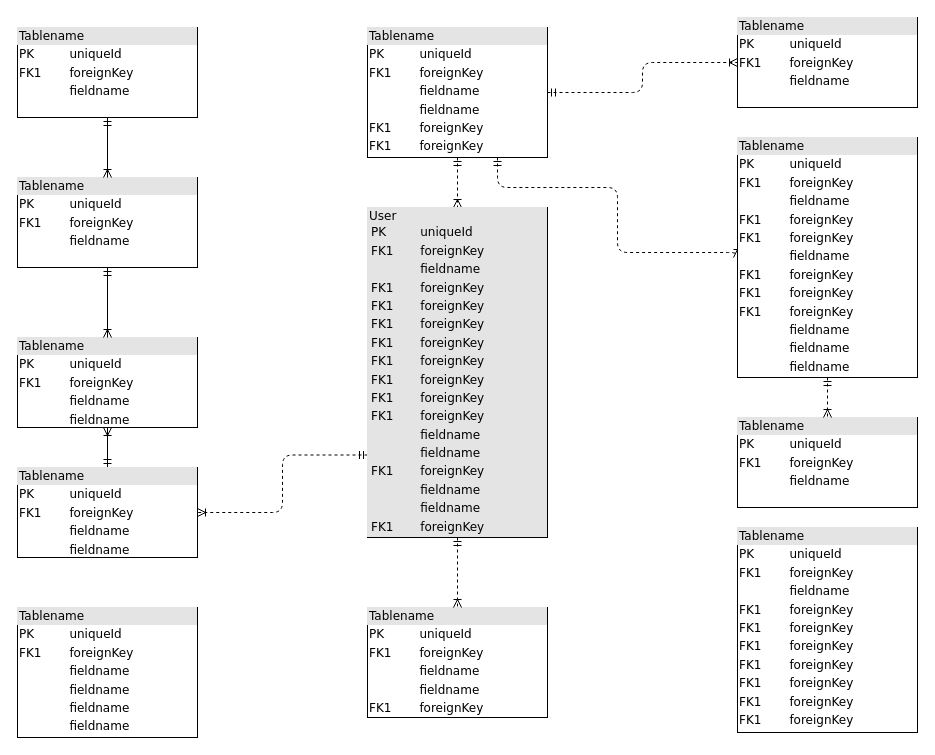
Before: FYP2025Kevin.drawio in CaoimhinHawk1/Kevin-Hough-FYP-Project-2025, a draw.io diagram. Source tidied: cells renumbered, new cells numbered last; positions are measured from the earlier drawing's top-left corner, leaving out a move shared by most shapes. Both pictures are drawn from the tidied source at 100%, with x=0, y=0 at pixel (17, 17).
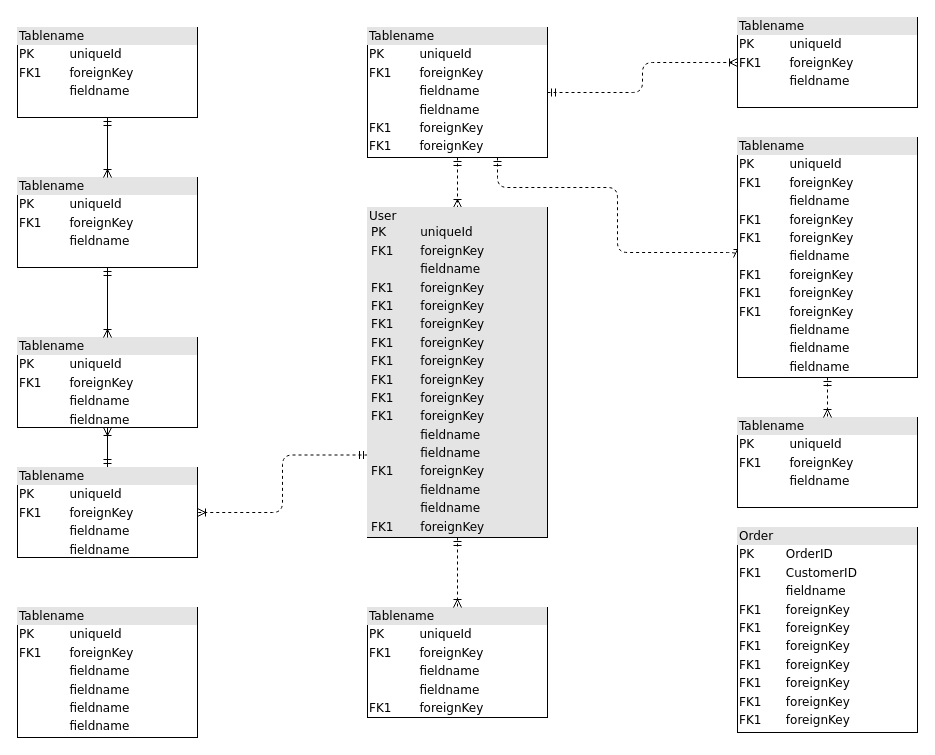
Above is the later version.

Change to the diagram source:
```diff
@@
-    <mxCell id="13" value="&lt;div style=&quot;box-sizing: border-box ; width: 100% ; background: #e4e4e4 ; padding: 2px&quot;&gt;Tablename&lt;/div&gt;&lt;table style=&quot;width: 100% ; font-size: 1em&quot; cellpadding=&quot;2&quot; cellspacing=&quot;0&quot;&gt;&lt;tbody&gt;&lt;tr&gt;&lt;td&gt;PK&lt;/td&gt;&lt;td&gt;uniqueId&lt;/td&gt;&lt;/tr&gt;&lt;tr&gt;&lt;td&gt;FK1&lt;/td&gt;&lt;td&gt;foreignKey&lt;/td&gt;&lt;/tr&gt;&lt;tr&gt;&lt;td&gt;&lt;/td&gt;&lt;td&gt;fieldname&lt;/td&gt;&lt;/tr&gt;&lt;tr&gt;&lt;td&gt;FK1&lt;br&gt;&lt;/td&gt;&lt;td&gt;foreignKey&lt;br&gt;&lt;/td&gt;&lt;/tr&gt;&lt;tr&gt;&lt;td&gt;FK1&lt;br&gt;&lt;/td&gt;&lt;td&gt;foreignKey&lt;br&gt;&lt;/td&gt;&lt;/tr&gt;&lt;tr&gt;&lt;td&gt;FK1&lt;br&gt;&lt;/td&gt;&lt;td&gt;foreignKey&lt;br&gt;&lt;/td&gt;&lt;/tr&gt;&lt;tr&gt;&lt;td&gt;FK1&lt;br&gt;&lt;/td&gt;&lt;td&gt;foreignKey&lt;br&gt;&lt;/td&gt;&lt;/tr&gt;&lt;tr&gt;&lt;td&gt;FK1&lt;br&gt;&lt;/td&gt;&lt;td&gt;foreignKey&lt;br&gt;&lt;/td&gt;&lt;/tr&gt;&lt;tr&gt;&lt;td&gt;FK1&lt;br&gt;&lt;/td&gt;&lt;td&gt;foreignKey&lt;br&gt;&lt;/td&gt;&lt;/tr&gt;&lt;tr&gt;&lt;td&gt;FK1&lt;br&gt;&lt;/td&gt;&lt;td&gt;foreignKey&lt;br&gt;&lt;/td&gt;&lt;/tr&gt;&lt;/tbody&gt;&lt;/table&gt;" style="verticalAlign=top;align=left;overflow=fill;html=1;rounded=0;shadow=0;comic=0;labelBackgroundColor=none;strokeWidth=1;fontFamily=Verdana;fontSize=12;" parent="1" vertex="1">
+    <mxCell id="13" value="&lt;div style=&quot;box-sizing: border-box ; width: 100% ; background: #e4e4e4 ; padding: 2px&quot;&gt;Order&lt;/div&gt;&lt;table style=&quot;width: 100% ; font-size: 1em&quot; cellpadding=&quot;2&quot; cellspacing=&quot;0&quot;&gt;&lt;tbody&gt;&lt;tr&gt;&lt;td&gt;PK&lt;/td&gt;&lt;td&gt;OrderID&lt;/td&gt;&lt;/tr&gt;&lt;tr&gt;&lt;td&gt;FK1&lt;/td&gt;&lt;td&gt;CustomerID&lt;/td&gt;&lt;/tr&gt;&lt;tr&gt;&lt;td&gt;&lt;/td&gt;&lt;td&gt;fieldname&lt;/td&gt;&lt;/tr&gt;&lt;tr&gt;&lt;td&gt;FK1&lt;br&gt;&lt;/td&gt;&lt;td&gt;foreignKey&lt;br&gt;&lt;/td&gt;&lt;/tr&gt;&lt;tr&gt;&lt;td&gt;FK1&lt;br&gt;&lt;/td&gt;&lt;td&gt;foreignKey&lt;br&gt;&lt;/td&gt;&lt;/tr&gt;&lt;tr&gt;&lt;td&gt;FK1&lt;br&gt;&lt;/td&gt;&lt;td&gt;foreignKey&lt;br&gt;&lt;/td&gt;&lt;/tr&gt;&lt;tr&gt;&lt;td&gt;FK1&lt;br&gt;&lt;/td&gt;&lt;td&gt;foreignKey&lt;br&gt;&lt;/td&gt;&lt;/tr&gt;&lt;tr&gt;&lt;td&gt;FK1&lt;br&gt;&lt;/td&gt;&lt;td&gt;foreignKey&lt;br&gt;&lt;/td&gt;&lt;/tr&gt;&lt;tr&gt;&lt;td&gt;FK1&lt;br&gt;&lt;/td&gt;&lt;td&gt;foreignKey&lt;br&gt;&lt;/td&gt;&lt;/tr&gt;&lt;tr&gt;&lt;td&gt;FK1&lt;br&gt;&lt;/td&gt;&lt;td&gt;foreignKey&lt;br&gt;&lt;/td&gt;&lt;/tr&gt;&lt;/tbody&gt;&lt;/table&gt;" style="verticalAlign=top;align=left;overflow=fill;html=1;rounded=0;shadow=0;comic=0;labelBackgroundColor=none;strokeWidth=1;fontFamily=Verdana;fontSize=12;" parent="1" vertex="1">
       <mxGeometry x="720" y="510" width="180" height="205" as="geometry" />
     </mxCell>
```
